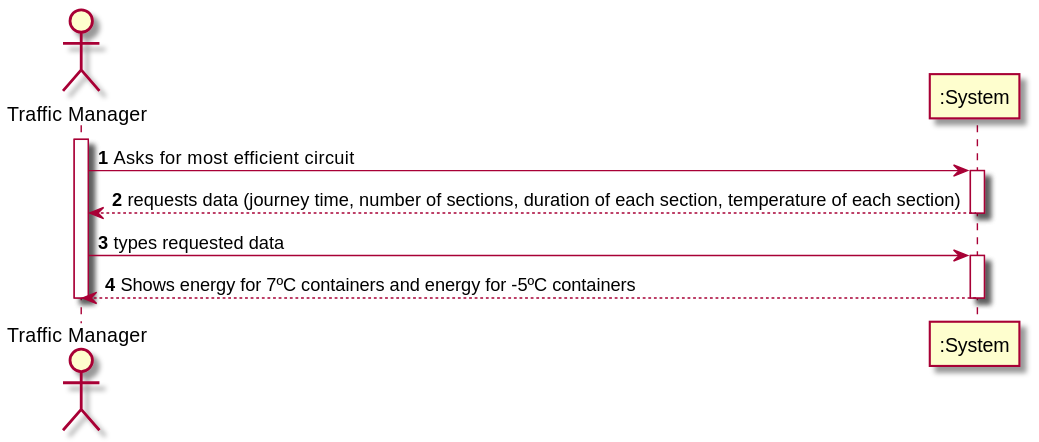
This is docs/Sprint 4/US/US413/US413_SSD.svg from 1190772/LAB-Project-3, a PlantUML export, as it was before one commit.
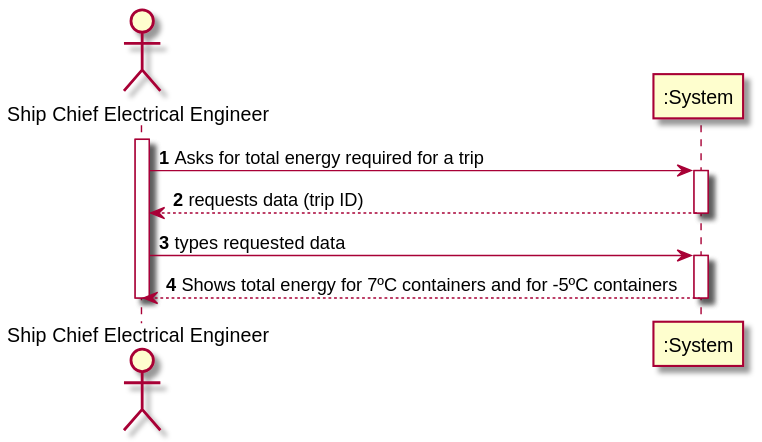
After the commit.

The edit, as a diff of the source:
```diff
@@ -2,21 +2,21 @@
 
 autonumber
 
-actor "Traffic Manager" as TM
+actor "Ship Chief Electrical Engineer" as SCEE
 
-activate TM
-TM -> ":System" : Asks for  most efficient circuit
+activate SCEE
+SCEE -> ":System" : Asks for total energy required for a trip
 
 activate ":System"
-":System" --> "TM" : requests data (journey time, number of sections, duration of each section, temperature of each section)
+":System" --> "SCEE" : requests data (trip ID)
 deactivate ":System"
 
-TM -> ":System" : types requested data
+SCEE -> ":System" : types requested data
 
 activate ":System"
-":System" --> "TM" : Shows energy for 7ºC containers and energy for -5ºC containers
+":System" --> "SCEE" : Shows total energy for 7ºC containers and for -5ºC containers
 deactivate ":System"
 
-deactivate TM
+deactivate SCEE
 
 @enduml
```
